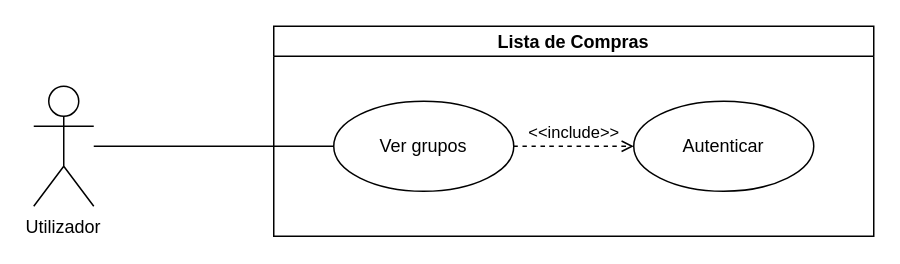
Earlier version of the draw.io diagram page "Home" (1 of 4) of Requisitos.drawio (Krfld/ISEL-ES). Source tidied: cells renumbered, new cells numbered last; positions are measured from the earlier drawing's top-left corner, leaving out a move shared by most shapes. Both pictures are drawn from the tidied source at 150%, with x=0, y=0 at pixel (33, 26).
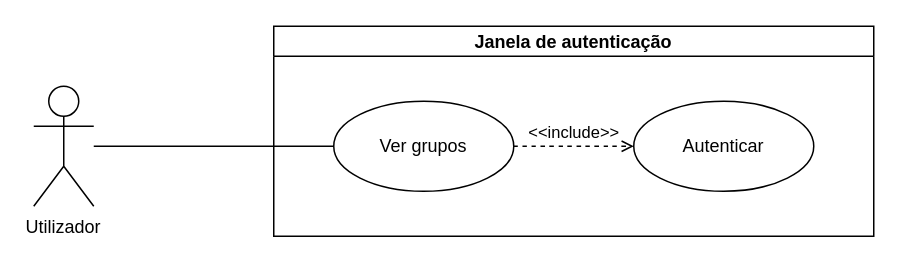
After the change.

The edit, as a diff of the source:
```diff
@@
 <mxGraphModel>
   <root>
     <mxCell id="0" />
     <mxCell id="1" parent="0" />
     <mxCell id="2" value="Utilizador" style="shape=umlActor;verticalLabelPosition=bottom;verticalAlign=top;html=1;whiteSpace=wrap;" parent="1" vertex="1">
       <mxGeometry y="40" width="40" height="80" as="geometry" />
     </mxCell>
-    <mxCell id="3" value="Lista de Compras" style="swimlane;startSize=20;verticalAlign=middle;" parent="1" vertex="1">
+    <mxCell id="3" value="Janela de autenticação" style="swimlane;startSize=20;verticalAlign=middle;" parent="1" vertex="1">
       <mxGeometry x="160" width="400" height="140" as="geometry" />
     </mxCell>
     <mxCell id="4" value="Ver grupos" style="ellipse;whiteSpace=wrap;" parent="3" vertex="1">
       <mxGeometry x="40" y="50" width="120" height="60" as="geometry" />
     </mxCell>
     <mxCell id="5" value="Autenticar" style="ellipse;whiteSpace=wrap;" parent="3" vertex="1">
       <mxGeometry x="240" y="50" width="120" height="60" as="geometry" />
     </mxCell>
     <mxCell id="6" value="&amp;lt;&amp;lt;include&amp;gt;&amp;gt;" style="html=1;verticalAlign=bottom;labelBackgroundColor=none;endArrow=open;endFill=0;dashed=1;curved=1;" parent="3" edge="1" source="4" target="5">
       <mxGeometry relative="1" as="geometry" />
     </mxCell>
     <mxCell id="7" style="edgeStyle=none;curved=1;jettySize=auto;html=1;endArrow=none;endFill=0;" parent="1" edge="1" source="2" target="4">
       <mxGeometry relative="1" as="geometry" />
     </mxCell>
   </root>
 </mxGraphModel>
```
